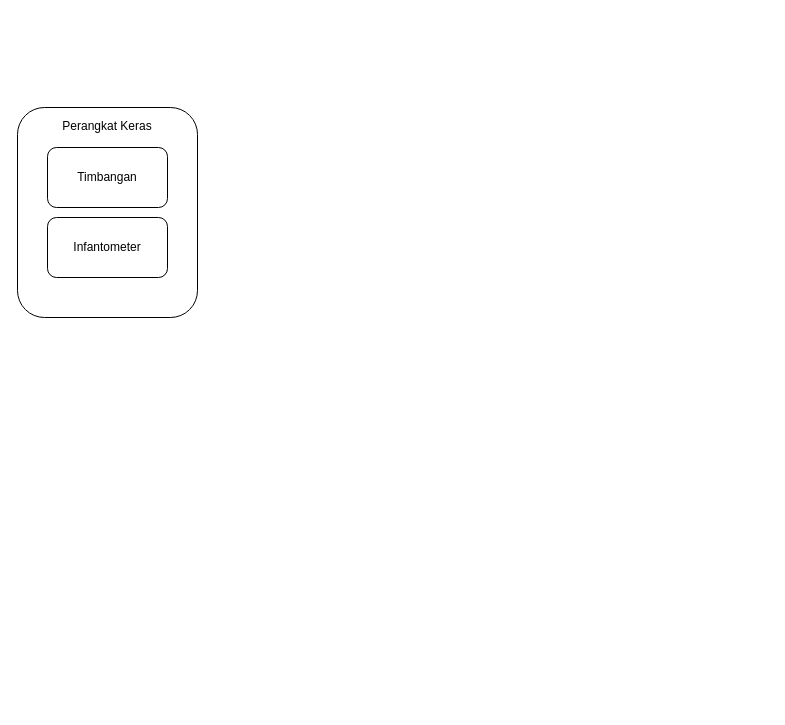
This is Diagram Tanpa Judul.drawio from NoerFajrin/PengenalanArduino, a draw.io file, before an edit. Source tidied: cells renumbered, new cells numbered last; positions are measured from the earlier drawing's top-left corner, leaving out a move shared by most shapes. Both pictures are drawn from the tidied source at 100%, with x=0, y=0 at pixel (17, 107).
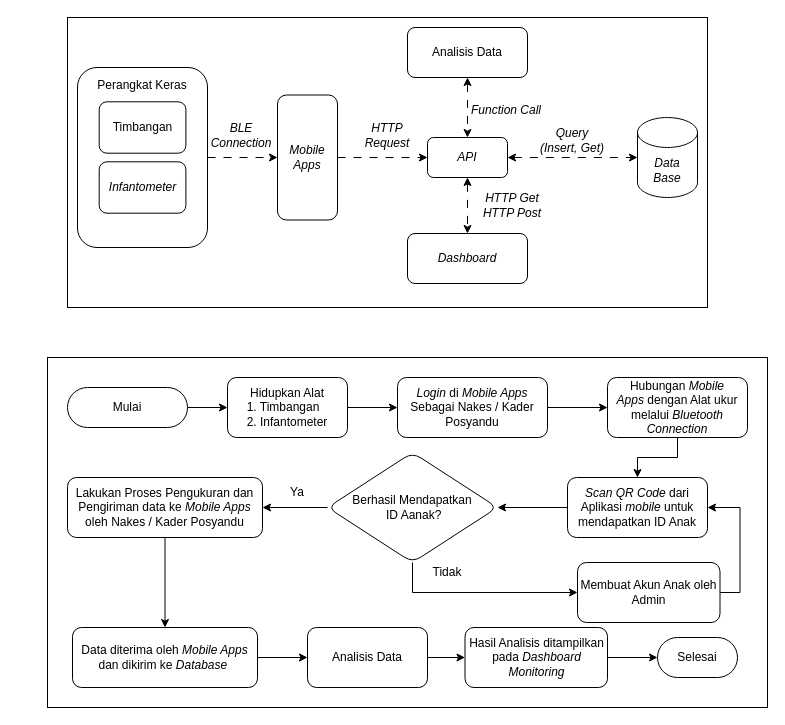
Above is the later version.

The edit, as a diff of the source:
```diff
@@
+    <mxCell id="5" style="rounded=0;whiteSpace=wrap;html=1;" parent="1" vertex="1">
+      <mxGeometry x="50" y="-90" width="640" height="290" as="geometry" />
+    </mxCell>
+    <mxCell id="6" style="edgeStyle=orthogonalEdgeStyle;rounded=0;jettySize=auto;html=1;dashed=1;dashPattern=8 8;" parent="1" edge="1" source="7" target="8">
+      <mxGeometry relative="1" as="geometry" />
+    </mxCell>
+    <mxCell id="7" value="&lt;i&gt;Mobile Apps&lt;/i&gt;" style="rounded=1;whiteSpace=wrap;html=1;" parent="1" vertex="1">
+      <mxGeometry x="260" y="-12.5" width="60" height="125" as="geometry" />
+    </mxCell>
+    <mxCell id="8" value="&lt;i&gt;API&lt;/i&gt;" style="rounded=1;whiteSpace=wrap;html=1;" parent="1" vertex="1">
+      <mxGeometry x="410" y="30" width="80" height="40" as="geometry" />
+    </mxCell>
+    <mxCell id="9" value="&lt;i&gt;Data&lt;/i&gt;&lt;div&gt;&lt;i&gt;Base&lt;/i&gt;&lt;/div&gt;" style="shape=cylinder3;whiteSpace=wrap;html=1;boundedLbl=1;backgroundOutline=1;size=15;" parent="1" vertex="1">
+      <mxGeometry x="620" y="10" width="60" height="80" as="geometry" />
+    </mxCell>
+    <mxCell id="10" value="Analisis Data" style="rounded=1;whiteSpace=wrap;html=1;" parent="1" vertex="1">
+      <mxGeometry x="390" y="-80" width="120" height="50" as="geometry" />
+    </mxCell>
+    <mxCell id="11" value="&lt;i&gt;Dashboard&lt;/i&gt;" style="rounded=1;whiteSpace=wrap;html=1;" parent="1" vertex="1">
+      <mxGeometry x="390" y="126" width="120" height="50" as="geometry" />
+    </mxCell>
+    <mxCell id="12" style="group;" parent="1" vertex="1">
+      <mxGeometry x="60" y="-40" width="130" height="180" as="geometry" />
+    </mxCell>
-    <mxCell id="2" value="Perangkat Keras&lt;div&gt;&lt;br&gt;&lt;/div&gt;&lt;div&gt;&lt;br&gt;&lt;/div&gt;&lt;div&gt;&lt;br&gt;&lt;/div&gt;&lt;div&gt;&lt;br&gt;&lt;/div&gt;&lt;div&gt;&lt;br&gt;&lt;/div&gt;&lt;div&gt;&lt;br&gt;&lt;/div&gt;&lt;div&gt;&lt;br&gt;&lt;/div&gt;&lt;div&gt;&lt;br&gt;&lt;/div&gt;&lt;div&gt;&lt;br&gt;&lt;/div&gt;&lt;div&gt;&lt;br&gt;&lt;/div&gt;&lt;div&gt;&lt;br&gt;&lt;/div&gt;&lt;div&gt;&lt;br&gt;&lt;/div&gt;" style="rounded=1;whiteSpace=wrap;html=1;" parent="1" vertex="1">
-      <mxGeometry width="180" height="210" as="geometry" />
+    <mxCell id="2" value="&lt;div&gt;&lt;br&gt;&lt;/div&gt;&lt;div&gt;&lt;br&gt;&lt;/div&gt;Perangkat Keras&lt;div&gt;&lt;br&gt;&lt;/div&gt;&lt;div&gt;&lt;br&gt;&lt;/div&gt;&lt;div&gt;&lt;br&gt;&lt;/div&gt;&lt;div&gt;&lt;br&gt;&lt;/div&gt;&lt;div&gt;&lt;br&gt;&lt;/div&gt;&lt;div&gt;&lt;br&gt;&lt;/div&gt;&lt;div&gt;&lt;br&gt;&lt;/div&gt;&lt;div&gt;&lt;br&gt;&lt;/div&gt;&lt;div&gt;&lt;br&gt;&lt;/div&gt;&lt;div&gt;&lt;br&gt;&lt;/div&gt;&lt;div&gt;&lt;br&gt;&lt;/div&gt;&lt;div&gt;&lt;br&gt;&lt;/div&gt;" style="rounded=1;whiteSpace=wrap;html=1;" parent="12" vertex="1">
+      <mxGeometry width="130" height="180" as="geometry" />
     </mxCell>
-    <mxCell id="3" value="Timbangan" style="rounded=1;whiteSpace=wrap;html=1;" parent="1" vertex="1">
-      <mxGeometry x="30" y="40" width="120" height="60" as="geometry" />
+    <mxCell id="3" value="Timbangan" style="rounded=1;whiteSpace=wrap;html=1;" parent="12" vertex="1">
+      <mxGeometry x="21.7" y="34.3" width="86.7" height="51.4" as="geometry" />
     </mxCell>
-    <mxCell id="4" value="Infantometer" style="rounded=1;whiteSpace=wrap;html=1;" parent="1" vertex="1">
-      <mxGeometry x="30" y="110" width="120" height="60" as="geometry" />
+    <mxCell id="4" value="&lt;i&gt;Infantometer&lt;/i&gt;" style="rounded=1;whiteSpace=wrap;html=1;" parent="12" vertex="1">
+      <mxGeometry x="21.7" y="94.3" width="86.7" height="51.4" as="geometry" />
     </mxCell>
+    <mxCell id="13" style="edgeStyle=orthogonalEdgeStyle;rounded=0;jettySize=auto;html=1;exitX=1;exitY=0.5;exitDx=0;exitDy=0;entryX=0;entryY=0.5;entryDx=0;entryDy=0;dashed=1;dashPattern=8 8;" parent="1" edge="1" source="2" target="7">
+      <mxGeometry relative="1" as="geometry" />
+    </mxCell>
+    <mxCell id="14" value="BLE Connection" style="text;html=1;align=center;verticalAlign=middle;whiteSpace=wrap;rounded=0;fontStyle=2;" parent="1" vertex="1">
+      <mxGeometry x="194" y="13" width="60" height="30" as="geometry" />
+    </mxCell>
+    <mxCell id="15" value="HTTP Get&lt;div&gt;HTTP Post&lt;/div&gt;" style="text;html=1;align=center;verticalAlign=middle;whiteSpace=wrap;rounded=0;fontStyle=2;" parent="1" vertex="1">
+      <mxGeometry x="460" y="82.5" width="70" height="30" as="geometry" />
+    </mxCell>
+    <mxCell id="16" style="endArrow=classic;startArrow=classic;html=1;rounded=0;exitX=0.5;exitY=1;exitDx=0;exitDy=0;entryX=0.5;entryY=0;entryDx=0;entryDy=0;dashed=1;dashPattern=8 8;" parent="1" edge="1" source="8" target="11">
+      <mxGeometry relative="1" as="geometry" />
+    </mxCell>
+    <mxCell id="17" style="endArrow=classic;startArrow=classic;html=1;rounded=0;exitX=1;exitY=0.5;exitDx=0;exitDy=0;dashed=1;dashPattern=8 8;" parent="1" edge="1" source="8" target="9">
+      <mxGeometry relative="1" as="geometry" />
+    </mxCell>
+    <mxCell id="18" style="endArrow=classic;startArrow=classic;html=1;rounded=0;dashed=1;dashPattern=8 8;entryX=0.5;entryY=0;entryDx=0;entryDy=0;" parent="1" edge="1" source="10" target="8">
+      <mxGeometry relative="1" as="geometry" />
+    </mxCell>
+    <mxCell id="19" value="HTTP Request" style="text;html=1;align=center;verticalAlign=middle;whiteSpace=wrap;rounded=0;fontStyle=2;" parent="1" vertex="1">
+      <mxGeometry x="340" y="13" width="60" height="30" as="geometry" />
+    </mxCell>
+    <mxCell id="20" value="Function Call" style="text;html=1;align=center;verticalAlign=middle;whiteSpace=wrap;rounded=0;fontStyle=2;" parent="1" vertex="1">
+      <mxGeometry x="444" y="-12.5" width="90" height="30" as="geometry" />
+    </mxCell>
+    <mxCell id="21" value="Query (Insert, Get)" style="text;html=1;align=center;verticalAlign=middle;whiteSpace=wrap;rounded=0;fontStyle=2;" parent="1" vertex="1">
+      <mxGeometry x="520" y="17.5" width="70" height="30" as="geometry" />
+    </mxCell>
+    <mxCell id="22" style="group;" parent="1" vertex="1">
+      <mxGeometry x="30" y="250" width="720" height="350" as="geometry" />
+    </mxCell>
+    <mxCell id="23" style="rounded=1;whiteSpace=wrap;html=1;arcSize=0;" parent="22" vertex="1">
+      <mxGeometry width="720" height="350" as="geometry" />
+    </mxCell>
+    <mxCell id="24" style="edgeStyle=orthogonalEdgeStyle;rounded=0;jettySize=auto;html=1;exitX=1;exitY=0.5;exitDx=0;exitDy=0;entryX=0;entryY=0.5;entryDx=0;entryDy=0;" parent="22" edge="1" source="25" target="27">
+      <mxGeometry relative="1" as="geometry" />
+    </mxCell>
+    <mxCell id="25" value="Mulai" style="rounded=1;whiteSpace=wrap;html=1;arcSize=50;" parent="22" vertex="1">
+      <mxGeometry x="20" y="30" width="120" height="40" as="geometry" />
+    </mxCell>
+    <mxCell id="26" style="edgeStyle=orthogonalEdgeStyle;rounded=0;jettySize=auto;html=1;" parent="22" edge="1" source="27" target="29">
+      <mxGeometry relative="1" as="geometry" />
+    </mxCell>
+    <mxCell id="27" value="Hidupkan Alat&lt;br&gt;&lt;div style=&quot;text-align: left;&quot;&gt;&lt;span style=&quot;background-color: transparent; color: light-dark(rgb(0, 0, 0), rgb(255, 255, 255));&quot;&gt;1. Timbangan&lt;/span&gt;&lt;/div&gt;&lt;div style=&quot;text-align: left;&quot;&gt;2. Infantometer&lt;/div&gt;" style="rounded=1;whiteSpace=wrap;html=1;" parent="22" vertex="1">
+      <mxGeometry x="180" y="20" width="120" height="60" as="geometry" />
+    </mxCell>
+    <mxCell id="28" style="edgeStyle=orthogonalEdgeStyle;rounded=0;jettySize=auto;html=1;" parent="22" edge="1" source="29" target="31">
+      <mxGeometry relative="1" as="geometry" />
+    </mxCell>
+    <mxCell id="29" value="&lt;i&gt;Login &lt;/i&gt;di &lt;i&gt;Mobile Apps &lt;/i&gt;Sebagai Nakes / Kader Posyandu" style="whiteSpace=wrap;html=1;rounded=1;" parent="22" vertex="1">
+      <mxGeometry x="350" y="20" width="150" height="60" as="geometry" />
+    </mxCell>
+    <mxCell id="30" style="edgeStyle=orthogonalEdgeStyle;rounded=0;jettySize=auto;html=1;" parent="22" edge="1" source="31" target="33">
+      <mxGeometry relative="1" as="geometry" />
+    </mxCell>
+    <mxCell id="31" value="Hubungan &lt;i&gt;Mobile Apps&lt;/i&gt;&amp;nbsp;dengan Alat ukur melalui&lt;i&gt; Bluetooth Connection&lt;/i&gt;" style="whiteSpace=wrap;html=1;rounded=1;" parent="22" vertex="1">
+      <mxGeometry x="560" y="20" width="140" height="60" as="geometry" />
+    </mxCell>
+    <mxCell id="32" style="edgeStyle=orthogonalEdgeStyle;rounded=0;jettySize=auto;html=1;" parent="22" edge="1" source="33" target="36">
+      <mxGeometry relative="1" as="geometry" />
+    </mxCell>
+    <mxCell id="33" value="&lt;i&gt;Scan QR Code &lt;/i&gt;dari Aplikasi &lt;i&gt;mobile &lt;/i&gt;untuk mendapatkan ID Anak" style="whiteSpace=wrap;html=1;rounded=1;" parent="22" vertex="1">
+      <mxGeometry x="520" y="120" width="140" height="60" as="geometry" />
+    </mxCell>
+    <mxCell id="34" style="edgeStyle=orthogonalEdgeStyle;rounded=0;jettySize=auto;html=1;" parent="22" edge="1" source="36" target="38">
+      <mxGeometry relative="1" as="geometry" />
+    </mxCell>
+    <mxCell id="35" style="edgeStyle=orthogonalEdgeStyle;rounded=0;jettySize=auto;html=1;exitX=0.5;exitY=1;exitDx=0;exitDy=0;entryX=0;entryY=0.5;entryDx=0;entryDy=0;" parent="22" edge="1" source="36" target="46">
+      <mxGeometry relative="1" as="geometry" />
+    </mxCell>
+    <mxCell id="36" value="Berhasil Mendapatkan&lt;div&gt;&amp;nbsp;ID Aanak?&lt;/div&gt;" style="rhombus;whiteSpace=wrap;html=1;rounded=1;" parent="22" vertex="1">
+      <mxGeometry x="280" y="95" width="170" height="110" as="geometry" />
+    </mxCell>
+    <mxCell id="37" style="edgeStyle=orthogonalEdgeStyle;rounded=0;jettySize=auto;html=1;" parent="22" edge="1" source="38" target="40">
+      <mxGeometry relative="1" as="geometry" />
+    </mxCell>
+    <mxCell id="38" value="Lakukan Proses Pengukuran dan Pengiriman data ke&lt;i&gt; Mobile Apps &lt;/i&gt;oleh Nakes / Kader Posyandu" style="whiteSpace=wrap;html=1;rounded=1;" parent="22" vertex="1">
+      <mxGeometry x="20" y="120" width="195" height="60" as="geometry" />
+    </mxCell>
+    <mxCell id="39" style="edgeStyle=orthogonalEdgeStyle;rounded=0;jettySize=auto;html=1;" parent="22" edge="1" source="40" target="42">
+      <mxGeometry relative="1" as="geometry" />
+    </mxCell>
+    <mxCell id="40" value="Data diterima oleh &lt;i&gt;Mobile Apps &lt;/i&gt;dan dikirim ke &lt;i&gt;Database&amp;nbsp;&lt;/i&gt;" style="whiteSpace=wrap;html=1;rounded=1;" parent="22" vertex="1">
+      <mxGeometry x="25" y="270" width="185" height="60" as="geometry" />
+    </mxCell>
+    <mxCell id="41" style="edgeStyle=orthogonalEdgeStyle;rounded=0;jettySize=auto;html=1;" parent="22" edge="1" source="42" target="44">
+      <mxGeometry relative="1" as="geometry" />
+    </mxCell>
+    <mxCell id="42" value="Analisis Data" style="whiteSpace=wrap;html=1;rounded=1;" parent="22" vertex="1">
+      <mxGeometry x="260" y="270" width="120" height="60" as="geometry" />
+    </mxCell>
+    <mxCell id="43" style="edgeStyle=orthogonalEdgeStyle;rounded=0;jettySize=auto;html=1;exitX=1;exitY=0.5;exitDx=0;exitDy=0;entryX=0;entryY=0.5;entryDx=0;entryDy=0;" parent="22" edge="1" source="44" target="49">
+      <mxGeometry relative="1" as="geometry" />
+    </mxCell>
+    <mxCell id="44" value="Hasil Analisis ditampilkan pada &lt;i&gt;Dashboard Monitoring&lt;/i&gt;" style="whiteSpace=wrap;html=1;rounded=1;" parent="22" vertex="1">
+      <mxGeometry x="417.5" y="270" width="142.5" height="60" as="geometry" />
+    </mxCell>
+    <mxCell id="45" style="edgeStyle=orthogonalEdgeStyle;rounded=0;jettySize=auto;html=1;exitX=1;exitY=0.5;exitDx=0;exitDy=0;entryX=1;entryY=0.5;entryDx=0;entryDy=0;" parent="22" edge="1" source="46" target="33">
+      <mxGeometry relative="1" as="geometry" />
+    </mxCell>
+    <mxCell id="46" value="Membuat Akun Anak oleh Admin" style="whiteSpace=wrap;html=1;rounded=1;" parent="22" vertex="1">
+      <mxGeometry x="530" y="205" width="142.5" height="60" as="geometry" />
+    </mxCell>
+    <mxCell id="47" value="Ya" style="text;html=1;align=center;verticalAlign=middle;whiteSpace=wrap;rounded=0;" parent="22" vertex="1">
+      <mxGeometry x="220" y="120" width="60" height="30" as="geometry" />
+    </mxCell>
+    <mxCell id="48" value="Tidak" style="text;html=1;align=center;verticalAlign=middle;whiteSpace=wrap;rounded=0;" parent="22" vertex="1">
+      <mxGeometry x="370" y="200" width="60" height="30" as="geometry" />
+    </mxCell>
+    <mxCell id="49" value="Selesai" style="rounded=1;whiteSpace=wrap;html=1;arcSize=50;" parent="22" vertex="1">
+      <mxGeometry x="610" y="280" width="80" height="40" as="geometry" />
+    </mxCell>
```
